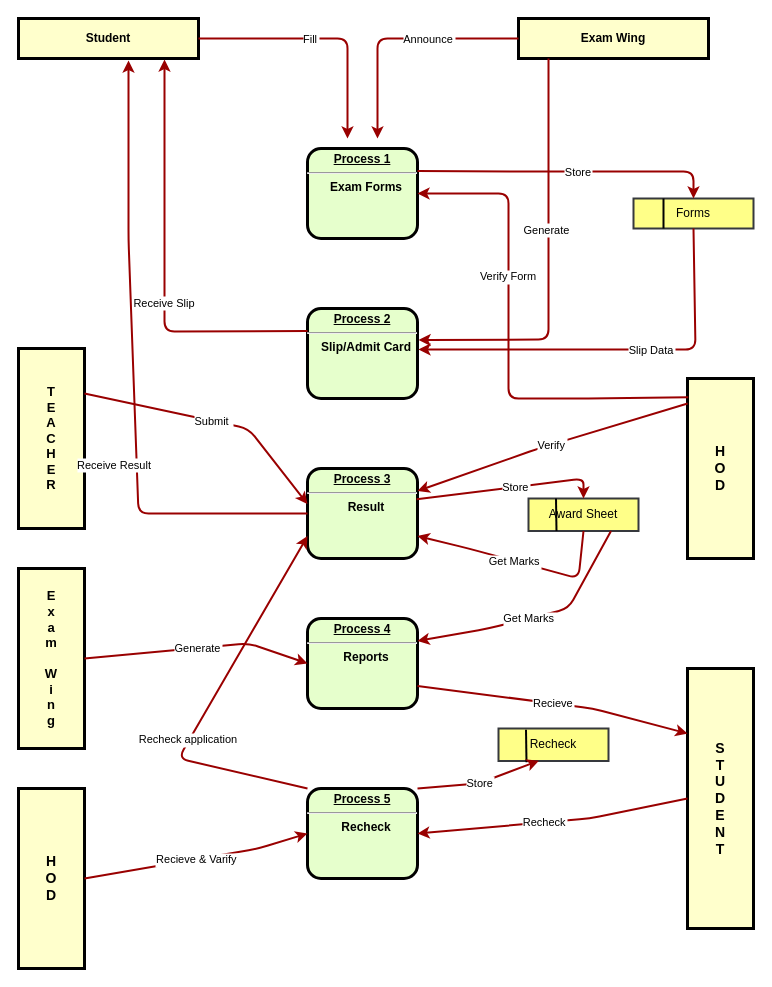
MohsinAliSoomro/CES keeps this draw.io diagram as Diagrams/DFD Final.drawio. Above is the earlier version. Source tidied: cells renumbered, new cells numbered last; positions are measured from the earlier drawing's top-left corner, leaving out a move shared by most shapes. Both pictures are drawn from the tidied source at 100%, with x=0, y=0 at pixel (18, 18).
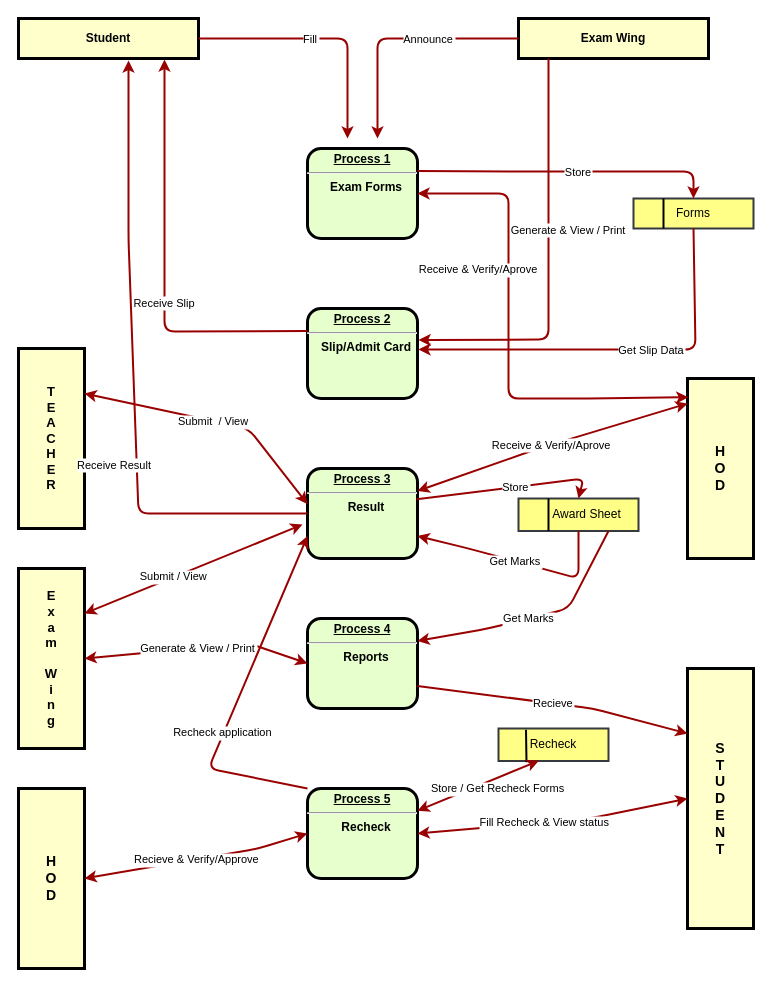
Above is the later version.

The change refers to these unchanged cells:
```xml
<mxCell id="2" value="&lt;p style=&quot;margin: 0px ; margin-top: 4px ; text-align: center ; text-decoration: underline&quot;&gt;&lt;strong&gt;Process 1&lt;br&gt;&lt;/strong&gt;&lt;/p&gt;&lt;hr&gt;&lt;p style=&quot;margin: 0px ; margin-left: 8px&quot;&gt;Exam Forms&lt;/p&gt;" style="verticalAlign=middle;align=center;overflow=fill;fontSize=12;fontFamily=Helvetica;html=1;rounded=1;fontStyle=1;strokeWidth=3;fillColor=#E6FFCC;" parent="1" vertex="1">
  <mxGeometry x="289" y="130" width="110" height="90" as="geometry" />
</mxCell>
<mxCell id="7" value="&lt;p style=&quot;margin: 0px ; margin-top: 4px ; text-align: center ; text-decoration: underline&quot;&gt;&lt;strong&gt;Process 2&lt;br&gt;&lt;/strong&gt;&lt;/p&gt;&lt;hr&gt;&lt;p style=&quot;margin: 0px ; margin-left: 8px&quot;&gt;Slip/Admit Card&lt;/p&gt;" style="verticalAlign=middle;align=center;overflow=fill;fontSize=12;fontFamily=Helvetica;html=1;rounded=1;fontStyle=1;strokeWidth=3;fillColor=#E6FFCC;" parent="1" vertex="1">
  <mxGeometry x="289" y="290" width="110" height="90" as="geometry" />
</mxCell>
<mxCell id="8" value="H&#10;O&#10;D" style="whiteSpace=wrap;align=center;verticalAlign=middle;fontStyle=1;strokeWidth=3;fillColor=#FFFFCC;fontSize=14;" parent="1" vertex="1">
  <mxGeometry x="669" y="360" width="66" height="180" as="geometry" />
</mxCell>
<mxCell id="10" value="&lt;p style=&quot;margin: 0px ; margin-top: 4px ; text-align: center ; text-decoration: underline&quot;&gt;&lt;strong&gt;Process 3&lt;br&gt;&lt;/strong&gt;&lt;/p&gt;&lt;hr&gt;&lt;p style=&quot;margin: 0px ; margin-left: 8px&quot;&gt;Result&lt;/p&gt;" style="verticalAlign=middle;align=center;overflow=fill;fontSize=12;fontFamily=Helvetica;html=1;rounded=1;fontStyle=1;strokeWidth=3;fillColor=#E6FFCC;" parent="1" vertex="1">
  <mxGeometry x="289" y="450" width="110" height="90" as="geometry" />
</mxCell>
<mxCell id="11" value="&lt;p style=&quot;margin: 0px ; margin-top: 4px ; text-align: center ; text-decoration: underline&quot;&gt;&lt;strong&gt;Process 4&lt;br&gt;&lt;/strong&gt;&lt;/p&gt;&lt;hr&gt;&lt;p style=&quot;margin: 0px ; margin-left: 8px&quot;&gt;Reports&lt;/p&gt;" style="verticalAlign=middle;align=center;overflow=fill;fontSize=12;fontFamily=Helvetica;html=1;rounded=1;fontStyle=1;strokeWidth=3;fillColor=#E6FFCC;" parent="1" vertex="1">
  <mxGeometry x="289" y="600" width="110" height="90" as="geometry" />
</mxCell>
<mxCell id="12" value="&lt;p style=&quot;margin: 0px ; margin-top: 4px ; text-align: center ; text-decoration: underline&quot;&gt;&lt;strong&gt;Process 5&lt;br&gt;&lt;/strong&gt;&lt;/p&gt;&lt;hr&gt;&lt;p style=&quot;margin: 0px ; margin-left: 8px&quot;&gt;Recheck&lt;/p&gt;" style="verticalAlign=middle;align=center;overflow=fill;fontSize=12;fontFamily=Helvetica;html=1;rounded=1;fontStyle=1;strokeWidth=3;fillColor=#E6FFCC;" parent="1" vertex="1">
  <mxGeometry x="289" y="770" width="110" height="90" as="geometry" />
</mxCell>
<mxCell id="13" value="T&#10;E&#10;A&#10;C&#10;H&#10;E&#10;R" style="whiteSpace=wrap;align=center;verticalAlign=middle;fontStyle=1;strokeWidth=3;fillColor=#FFFFCC;fontSize=13;" parent="1" vertex="1">
  <mxGeometry y="330" width="66" height="180" as="geometry" />
</mxCell>
<mxCell id="16" value="Forms" style="rounded=0;whiteSpace=wrap;html=1;strokeWidth=2;fillColor=#ffff88;strokeColor=#36393d;" parent="1" vertex="1">
  <mxGeometry x="615" y="180" width="120" height="30" as="geometry" />
</mxCell>
<mxCell id="27" value="E&#10;x&#10;a&#10;m&#10; &#10;W&#10;i&#10;n&#10;g" style="whiteSpace=wrap;align=center;verticalAlign=middle;fontStyle=1;strokeWidth=3;fillColor=#FFFFCC;fontSize=13;" parent="1" vertex="1">
  <mxGeometry y="550" width="66" height="180" as="geometry" />
</mxCell>
<mxCell id="29" value="H&#10;O&#10;D" style="whiteSpace=wrap;align=center;verticalAlign=middle;fontStyle=1;strokeWidth=3;fillColor=#FFFFCC;fontSize=14;" parent="1" vertex="1">
  <mxGeometry y="770" width="66" height="180" as="geometry" />
</mxCell>
<mxCell id="30" value="S&#10;T&#10;U&#10;D&#10;E&#10;N&#10;T" style="whiteSpace=wrap;align=center;verticalAlign=middle;fontStyle=1;strokeWidth=3;fillColor=#FFFFCC;fontSize=14;" parent="1" vertex="1">
  <mxGeometry x="669" y="650" width="66" height="260" as="geometry" />
</mxCell>
<mxCell id="35" value="Recheck" style="rounded=0;whiteSpace=wrap;html=1;strokeWidth=2;fillColor=#ffff88;strokeColor=#36393d;" parent="1" vertex="1">
  <mxGeometry x="480" y="710" width="110" height="32.5" as="geometry" />
</mxCell>
```

Change to the diagram source:
```diff
@@
-    <mxCell id="9" value="Verify Form" style="edgeStyle=none;noEdgeStyle=1;strokeColor=#990000;strokeWidth=2;entryX=1;entryY=0.5;entryDx=0;entryDy=0;exitX=0.012;exitY=0.104;exitDx=0;exitDy=0;exitPerimeter=0;" parent="1" edge="1" source="8" target="2">
-      <mxGeometry x="0.27" relative="1" as="geometry">
+    <mxCell id="9" value="Receive &amp; Verify/Aprove" style="edgeStyle=none;noEdgeStyle=1;strokeColor=#990000;strokeWidth=2;entryX=1;entryY=0.5;entryDx=0;entryDy=0;exitX=0.012;exitY=0.104;exitDx=0;exitDy=0;exitPerimeter=0;startArrow=classic;startFill=1;" parent="1" edge="1" source="8" target="2">
+      <mxGeometry x="0.3" y="30" relative="1" as="geometry">
         <Array as="points">
           <mxPoint x="580" y="380" />
           <mxPoint x="490" y="380" />
           <mxPoint x="490" y="270" />
           <mxPoint x="490" y="175" />
         </Array>
       </mxGeometry>
     </mxCell>
@@
-    <mxCell id="14" value="Submit " style="edgeStyle=none;noEdgeStyle=1;strokeColor=#990000;strokeWidth=2;entryX=0;entryY=0.395;entryDx=0;entryDy=0;entryPerimeter=0;exitX=1;exitY=0.25;exitDx=0;exitDy=0;" parent="1" edge="1" source="13" target="10">
+    <mxCell id="14" value="Submit  / View" style="edgeStyle=none;noEdgeStyle=1;strokeColor=#990000;strokeWidth=2;entryX=0;entryY=0.395;entryDx=0;entryDy=0;entryPerimeter=0;exitX=1;exitY=0.25;exitDx=0;exitDy=0;startArrow=classic;startFill=1;" parent="1" edge="1" source="13" target="10">
       <mxGeometry relative="1" as="geometry">
         <Array as="points">
           <mxPoint x="230" y="410" />
         </Array>
       </mxGeometry>
     </mxCell>
-    <mxCell id="15" value="Verify" style="edgeStyle=none;noEdgeStyle=1;strokeColor=#990000;strokeWidth=2;exitX=1;exitY=0.25;exitDx=0;exitDy=0;entryX=0.002;entryY=0.139;entryDx=0;entryDy=0;entryPerimeter=0;startArrow=classic;startFill=1;endArrow=none;endFill=0;" parent="1" edge="1" source="10" target="8">
+    <mxCell id="15" value="Receive &amp; Verify/Aprove" style="edgeStyle=none;noEdgeStyle=1;strokeColor=#990000;strokeWidth=2;exitX=1;exitY=0.25;exitDx=0;exitDy=0;entryX=0.002;entryY=0.139;entryDx=0;entryDy=0;entryPerimeter=0;startArrow=classic;startFill=1;endArrow=classic;endFill=1;" parent="1" edge="1" source="10" target="8">
       <mxGeometry relative="1" as="geometry">
         <Array as="points">
           <mxPoint x="520" y="430" />
         </Array>
       </mxGeometry>
     </mxCell>
@@
-    <mxCell id="19" value="Generate " style="edgeStyle=none;noEdgeStyle=1;strokeColor=#990000;strokeWidth=2;entryX=1.01;entryY=0.35;entryDx=0;entryDy=0;entryPerimeter=0;" parent="1" edge="1" target="7">
-      <mxGeometry x="-0.17" relative="1" as="geometry">
+    <mxCell id="19" value="Generate &amp; View / Print" style="edgeStyle=none;noEdgeStyle=1;strokeColor=#990000;strokeWidth=2;entryX=1.01;entryY=0.35;entryDx=0;entryDy=0;entryPerimeter=0;" parent="1" edge="1" target="7">
+      <mxGeometry x="-0.17" y="20" relative="1" as="geometry">
         <mxPoint x="530" y="40" as="sourcePoint" />
         <Array as="points">
           <mxPoint x="530" y="163" />
           <mxPoint x="530" y="321" />
         </Array>
       </mxGeometry>
     </mxCell>
-    <mxCell id="20" value="Slip Data" style="edgeStyle=none;noEdgeStyle=1;strokeColor=#990000;strokeWidth=2;exitX=0.5;exitY=1;exitDx=0;exitDy=0;" parent="1" edge="1" source="16">
+    <mxCell id="20" value="Get Slip Data" style="edgeStyle=none;noEdgeStyle=1;strokeColor=#990000;strokeWidth=2;exitX=0.5;exitY=1;exitDx=0;exitDy=0;" parent="1" edge="1" source="16">
       <mxGeometry x="-0.17" relative="1" as="geometry">
         <mxPoint x="400" y="331" as="targetPoint" />
         <Array as="points">
           <mxPoint x="677" y="331" />
           <mxPoint x="540" y="331" />
         </Array>
       </mxGeometry>
     </mxCell>
@@
-    <mxCell id="22" value="Award Sheet" style="rounded=0;whiteSpace=wrap;html=1;strokeWidth=2;fillColor=#ffff88;strokeColor=#36393d;" parent="1" vertex="1">
-      <mxGeometry x="510" y="480" width="110" height="32.5" as="geometry" />
+    <mxCell id="22" value="Award Sheet" style="rounded=0;whiteSpace=wrap;html=1;strokeWidth=2;fillColor=#ffff88;strokeColor=#36393d;align=center;spacingLeft=17;" parent="1" vertex="1">
+      <mxGeometry x="500" y="480" width="120" height="32.5" as="geometry" />
     </mxCell>
@@
-    <mxCell id="28" value="Generate" style="edgeStyle=none;noEdgeStyle=1;strokeColor=#990000;strokeWidth=2;entryX=0;entryY=0.5;entryDx=0;entryDy=0;exitX=1;exitY=0.5;exitDx=0;exitDy=0;" parent="1" edge="1" source="27" target="11">
+    <mxCell id="28" value="Generate &amp; View / Print" style="edgeStyle=none;noEdgeStyle=1;strokeColor=#990000;strokeWidth=2;entryX=0;entryY=0.5;entryDx=0;entryDy=0;exitX=1;exitY=0.5;exitDx=0;exitDy=0;startArrow=classic;startFill=1;" parent="1" edge="1" source="27" target="11">
       <mxGeometry relative="1" as="geometry">
         <Array as="points">
           <mxPoint x="230" y="624.7" />
         </Array>
       </mxGeometry>
     </mxCell>
@@
-    <mxCell id="33" value="Recieve &amp; Varify" style="edgeStyle=none;noEdgeStyle=1;strokeColor=#990000;strokeWidth=2;entryX=0;entryY=0.5;entryDx=0;entryDy=0;exitX=1;exitY=0.5;exitDx=0;exitDy=0;" parent="1" edge="1" source="29" target="12">
+    <mxCell id="33" value="Recieve &amp; Verify/Approve" style="edgeStyle=none;noEdgeStyle=1;strokeColor=#990000;strokeWidth=2;entryX=0;entryY=0.5;entryDx=0;entryDy=0;exitX=1;exitY=0.5;exitDx=0;exitDy=0;startArrow=classic;startFill=1;" parent="1" edge="1" source="29" target="12">
       <mxGeometry relative="1" as="geometry">
         <Array as="points">
           <mxPoint x="240" y="830" />
         </Array>
       </mxGeometry>
     </mxCell>
-    <mxCell id="34" value="Recheck" style="edgeStyle=none;noEdgeStyle=1;strokeColor=#990000;strokeWidth=2;entryX=1;entryY=0.5;entryDx=0;entryDy=0;exitX=0;exitY=0.5;exitDx=0;exitDy=0;" parent="1" edge="1" source="30" target="12">
+    <mxCell id="34" value="Fill Recheck &amp; View status" style="edgeStyle=none;noEdgeStyle=1;strokeColor=#990000;strokeWidth=2;entryX=1;entryY=0.5;entryDx=0;entryDy=0;exitX=0;exitY=0.5;exitDx=0;exitDy=0;startArrow=classic;startFill=1;" parent="1" edge="1" source="30" target="12">
       <mxGeometry x="0.06" relative="1" as="geometry">
         <Array as="points">
           <mxPoint x="571" y="800" />
         </Array>
       </mxGeometry>
     </mxCell>
@@
-    <mxCell id="37" value="Store" style="edgeStyle=none;noEdgeStyle=1;strokeColor=#990000;strokeWidth=2;entryX=0.367;entryY=0.991;entryDx=0;entryDy=0;exitX=1;exitY=0;exitDx=0;exitDy=0;entryPerimeter=0;" parent="1" edge="1" source="12" target="35">
-      <mxGeometry relative="1" as="geometry">
-        <Array as="points">
-          <mxPoint x="460" y="765" />
-        </Array>
-      </mxGeometry>
+    <mxCell id="37" value="Store / Get Recheck Forms" style="edgeStyle=none;noEdgeStyle=1;strokeColor=#990000;strokeWidth=2;entryX=0.367;entryY=0.991;entryDx=0;entryDy=0;entryPerimeter=0;startArrow=classic;startFill=1;" parent="1" edge="1" source="12" target="35">
+      <mxGeometry x="0.27" y="-10" relative="1" as="geometry" />
     </mxCell>
     <mxCell id="38" value="Recheck application" style="edgeStyle=none;noEdgeStyle=1;strokeColor=#990000;strokeWidth=2;exitX=0;exitY=0;exitDx=0;exitDy=0;entryX=0;entryY=0.75;entryDx=0;entryDy=0;" parent="1" edge="1" source="12" target="10">
       <mxGeometry x="-0.21" y="1" relative="1" as="geometry">
         <Array as="points">
-          <mxPoint x="160" y="740" />
+          <mxPoint x="190" y="750" />
         </Array>
       </mxGeometry>
     </mxCell>
+    <mxCell id="39" value="Submit / View " style="edgeStyle=none;noEdgeStyle=1;strokeColor=#990000;strokeWidth=2;exitX=1;exitY=0.25;exitDx=0;exitDy=0;entryX=-0.045;entryY=0.622;entryDx=0;entryDy=0;entryPerimeter=0;startArrow=classic;startFill=1;" parent="1" edge="1" source="27" target="10">
+      <mxGeometry x="-0.17" relative="1" as="geometry" />
+    </mxCell>
```
